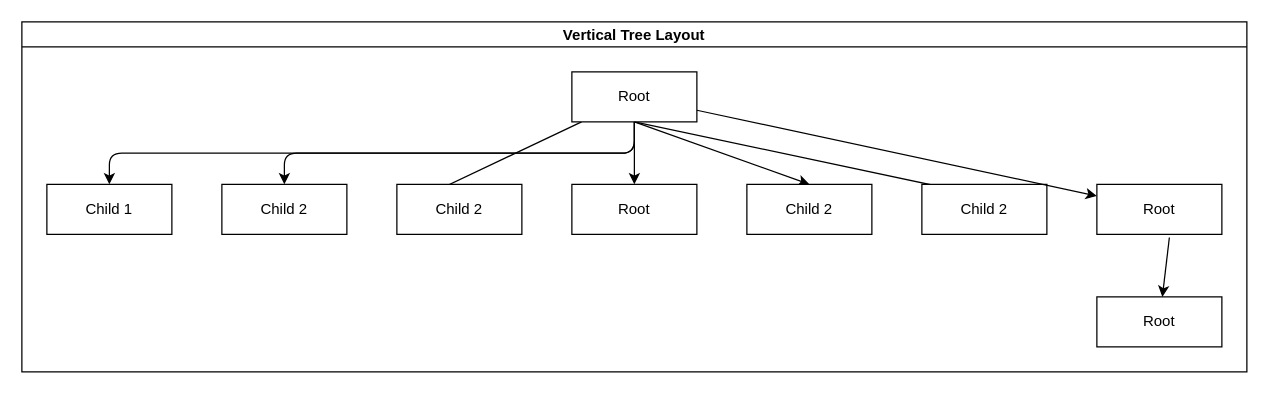
Earlier version of the draw.io diagram page "Page-2" (2 of 3) of docs/assets/drawio/exercise.drawio (ShaoOrg/bulletin). Source tidied: cells renumbered, new cells numbered last; positions are measured from the earlier drawing's top-left corner, leaving out a move shared by most shapes. Both pictures are drawn from the tidied source at 125%, with x=0, y=0 at pixel (21, 21).
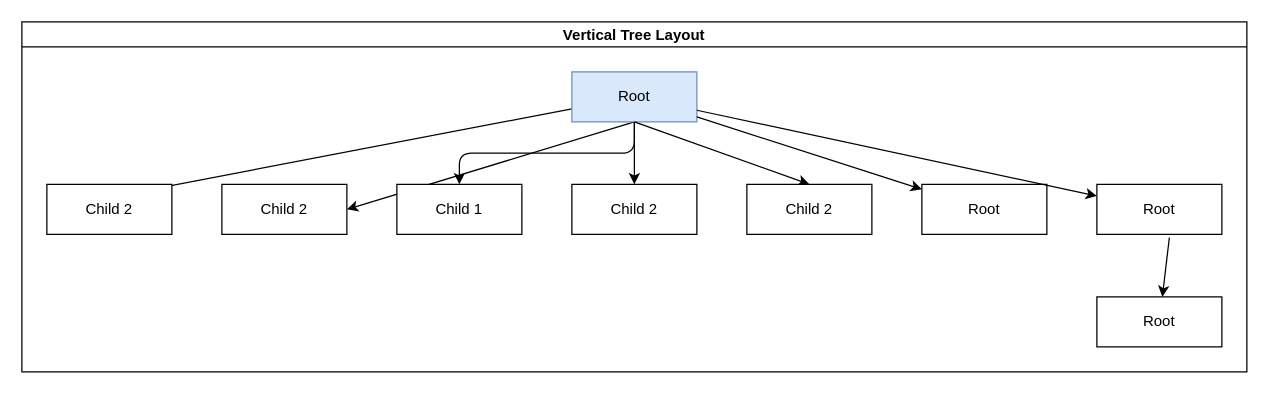
The same diagram, later.

Commit message:
commit by web api from e8f70b6578c5

The change refers to these unchanged cells:
```xml
<mxCell id="2" value="Vertical Tree Layout" style="swimlane;startSize=20;horizontal=1;horizontalTree=0;containerType=tree;fontSize=12;direction=east;" parent="1" vertex="1">
  <mxGeometry width="980" height="280" as="geometry" />
</mxCell>
```

Change to the diagram source:
```diff
@@
-    <mxCell id="5" value="Root" style="whiteSpace=wrap;html=1;" parent="2" vertex="1">
+    <mxCell id="5" value="Root" style="whiteSpace=wrap;html=1;fillColor=#dae8fc;strokeColor=#6c8ebf;" parent="2" vertex="1">
       <mxGeometry x="440" y="40" width="100" height="40" as="geometry" />
     </mxCell>
     <mxCell id="6" value="Child 1" style="whiteSpace=wrap;html=1;" parent="2" vertex="1">
-      <mxGeometry x="20" y="130" width="100" height="40" as="geometry" />
+      <mxGeometry x="300" y="130" width="100" height="40" as="geometry" />
     </mxCell>
@@
     <mxCell id="8" value="Child 2" style="whiteSpace=wrap;html=1;" parent="2" vertex="1">
-      <mxGeometry x="160" y="130" width="100" height="40" as="geometry" />
+      <mxGeometry x="440" y="130" width="100" height="40" as="geometry" />
     </mxCell>
@@
     <mxCell id="12" value="Child 2" style="whiteSpace=wrap;html=1;" parent="2" vertex="1">
-      <mxGeometry x="300" y="130" width="100" height="40" as="geometry" />
+      <mxGeometry x="20" y="130" width="100" height="40" as="geometry" />
     </mxCell>
     <mxCell id="13" value="Child 2" style="whiteSpace=wrap;html=1;" parent="2" vertex="1">
-      <mxGeometry x="720" y="130" width="100" height="40" as="geometry" />
+      <mxGeometry x="160" y="130" width="100" height="40" as="geometry" />
     </mxCell>
@@
     <mxCell id="16" value="Root" style="whiteSpace=wrap;html=1;" parent="2" vertex="1">
-      <mxGeometry x="440" y="130" width="100" height="40" as="geometry" />
+      <mxGeometry x="720" y="130" width="100" height="40" as="geometry" />
     </mxCell>
```
